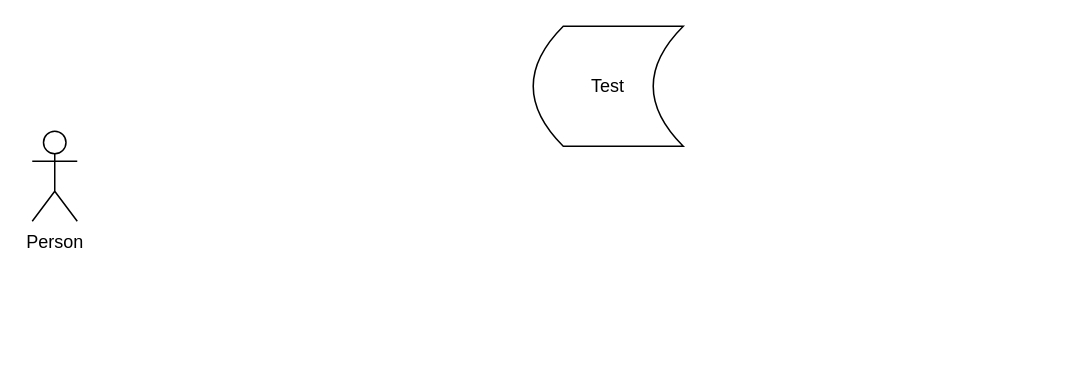
Before: ERM project_group 5.drawio in Martinaeht/DBS-Projektgruppe-5_ERM, a draw.io diagram. Source tidied: cells renumbered, new cells numbered last; positions are measured from the earlier drawing's top-left corner, leaving out a move shared by most shapes. Both pictures are drawn from the tidied source at 150%, with x=0, y=0 at pixel (32, 26).
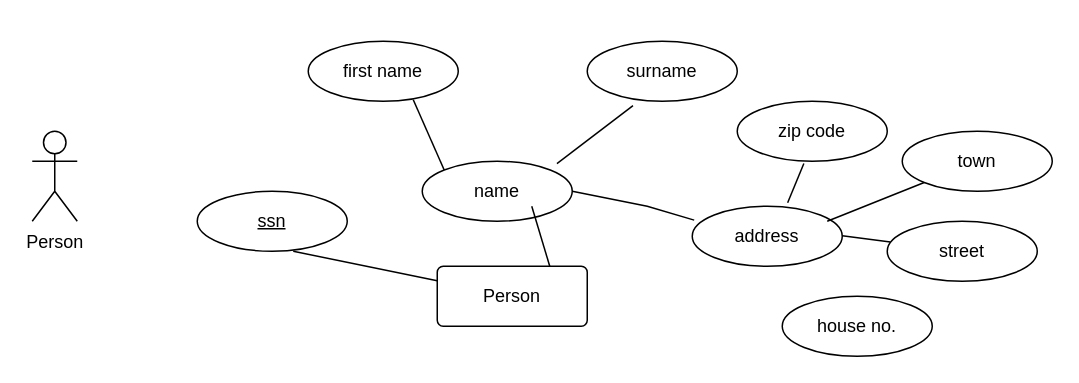
Above is the later version.

Change to the diagram source:
```diff
@@
-    <mxCell id="3" value="Test " style="shape=dataStorage;whiteSpace=wrap;html=1;fixedSize=1;" parent="1" vertex="1">
-      <mxGeometry x="334" width="100" height="80" as="geometry" />
-    </mxCell>
+    <mxCell id="4" value="Person" style="rounded=1;arcSize=10;whiteSpace=wrap;html=1;align=center;" parent="1" vertex="1">
+      <mxGeometry x="270" y="160" width="100" height="40" as="geometry" />
+    </mxCell>
+    <mxCell id="5" value="ssn" style="ellipse;whiteSpace=wrap;html=1;align=center;fontStyle=4;" parent="1" vertex="1">
+      <mxGeometry x="110" y="110" width="100" height="40" as="geometry" />
+    </mxCell>
+    <mxCell id="6" style="endArrow=none;html=1;rounded=0;" parent="1" edge="1" target="4">
+      <mxGeometry relative="1" as="geometry">
+        <mxPoint x="174" y="150" as="sourcePoint" />
+      </mxGeometry>
+    </mxCell>
+    <mxCell id="7" value="name" style="ellipse;whiteSpace=wrap;html=1;align=center;" parent="1" vertex="1">
+      <mxGeometry x="260" y="90" width="100" height="40" as="geometry" />
+    </mxCell>
+    <mxCell id="8" value="first name" style="ellipse;whiteSpace=wrap;html=1;align=center;" parent="1" vertex="1">
+      <mxGeometry x="184" y="10" width="100" height="40" as="geometry" />
+    </mxCell>
+    <mxCell id="9" value="surname" style="ellipse;whiteSpace=wrap;html=1;align=center;" parent="1" vertex="1">
+      <mxGeometry x="370" y="10" width="100" height="40" as="geometry" />
+    </mxCell>
+    <mxCell id="10" style="endArrow=none;html=1;rounded=0;entryX=0;entryY=0;entryDx=0;entryDy=0;" parent="1" edge="1" target="7">
+      <mxGeometry relative="1" as="geometry">
+        <mxPoint x="254" y="49" as="sourcePoint" />
+      </mxGeometry>
+    </mxCell>
+    <mxCell id="11" style="endArrow=none;html=1;rounded=0;entryX=0.75;entryY=0;entryDx=0;entryDy=0;" parent="1" edge="1" target="4">
+      <mxGeometry relative="1" as="geometry">
+        <mxPoint x="333" y="120" as="sourcePoint" />
+      </mxGeometry>
+    </mxCell>
+    <mxCell id="12" style="endArrow=none;html=1;rounded=0;entryX=0.305;entryY=1.074;entryDx=0;entryDy=0;entryPerimeter=0;exitX=0.898;exitY=0.038;exitDx=0;exitDy=0;exitPerimeter=0;" parent="1" edge="1" source="7" target="9">
+      <mxGeometry relative="1" as="geometry" />
+    </mxCell>
+    <mxCell id="13" value="address" style="ellipse;whiteSpace=wrap;html=1;align=center;" parent="1" vertex="1">
+      <mxGeometry x="440" y="120" width="100" height="40" as="geometry" />
+    </mxCell>
+    <mxCell id="14" value="zip code" style="ellipse;whiteSpace=wrap;html=1;align=center;" parent="1" vertex="1">
+      <mxGeometry x="470" y="50" width="100" height="40" as="geometry" />
+    </mxCell>
+    <mxCell id="15" style="endArrow=none;html=1;rounded=0;exitX=0.444;exitY=1.038;exitDx=0;exitDy=0;exitPerimeter=0;entryX=0.636;entryY=-0.058;entryDx=0;entryDy=0;entryPerimeter=0;" parent="1" edge="1" source="14" target="13">
+      <mxGeometry relative="1" as="geometry" />
+    </mxCell>
+    <mxCell id="16" style="endArrow=none;html=1;rounded=0;entryX=0.013;entryY=0.231;entryDx=0;entryDy=0;entryPerimeter=0;" parent="1" edge="1" target="13">
+      <mxGeometry relative="1" as="geometry">
+        <mxPoint x="360" y="110" as="sourcePoint" />
+        <Array as="points">
+          <mxPoint x="410" y="120" />
+        </Array>
+      </mxGeometry>
+    </mxCell>
+    <mxCell id="17" value="street" style="ellipse;whiteSpace=wrap;html=1;align=center;" parent="1" vertex="1">
+      <mxGeometry x="570" y="130" width="100" height="40" as="geometry" />
+    </mxCell>
+    <mxCell id="18" value="town" style="ellipse;whiteSpace=wrap;html=1;align=center;" parent="1" vertex="1">
+      <mxGeometry x="580" y="70" width="100" height="40" as="geometry" />
+    </mxCell>
+    <mxCell id="19" value="house no." style="ellipse;whiteSpace=wrap;html=1;align=center;" parent="1" vertex="1">
+      <mxGeometry x="500" y="180" width="100" height="40" as="geometry" />
+    </mxCell>
+    <mxCell id="20" style="endArrow=none;html=1;rounded=0;" parent="1" edge="1" target="18">
+      <mxGeometry relative="1" as="geometry">
+        <mxPoint x="530" y="130" as="sourcePoint" />
+      </mxGeometry>
+    </mxCell>
+    <mxCell id="21" style="endArrow=none;html=1;rounded=0;entryX=0.021;entryY=0.346;entryDx=0;entryDy=0;entryPerimeter=0;" parent="1" edge="1" target="17">
+      <mxGeometry relative="1" as="geometry">
+        <mxPoint x="540" y="139.6" as="sourcePoint" />
+      </mxGeometry>
+    </mxCell>
```
